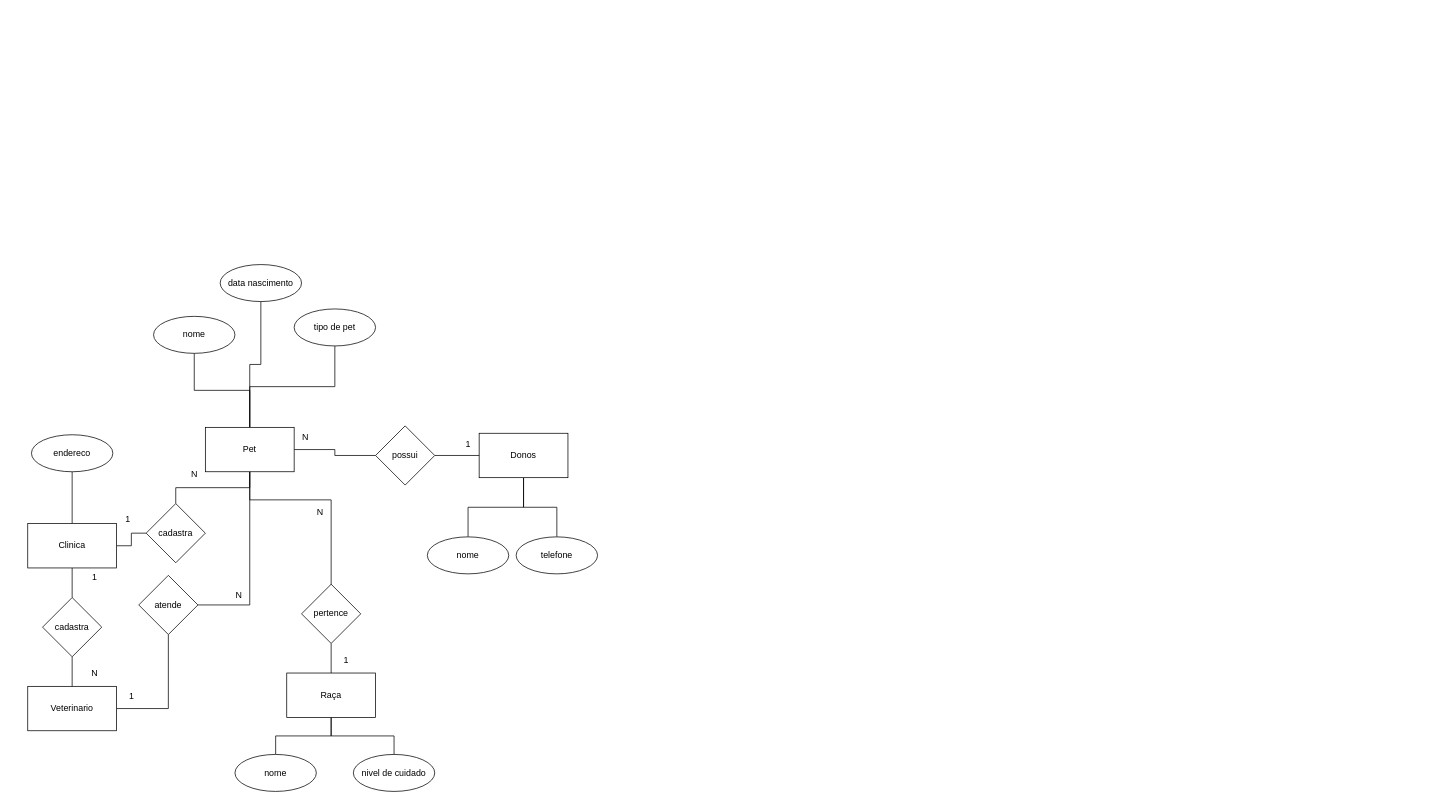
gsampaiowz/senai_sem2 keeps this draw.io diagram as page "03" (4 of 7) of ex.drawio. Above is the earlier version. Source tidied: cells renumbered, new cells numbered last; positions are measured from the earlier drawing's top-left corner, leaving out a move shared by most shapes. Both pictures are drawn from the tidied source at 74%, with x=0, y=0 at pixel (27, 264).
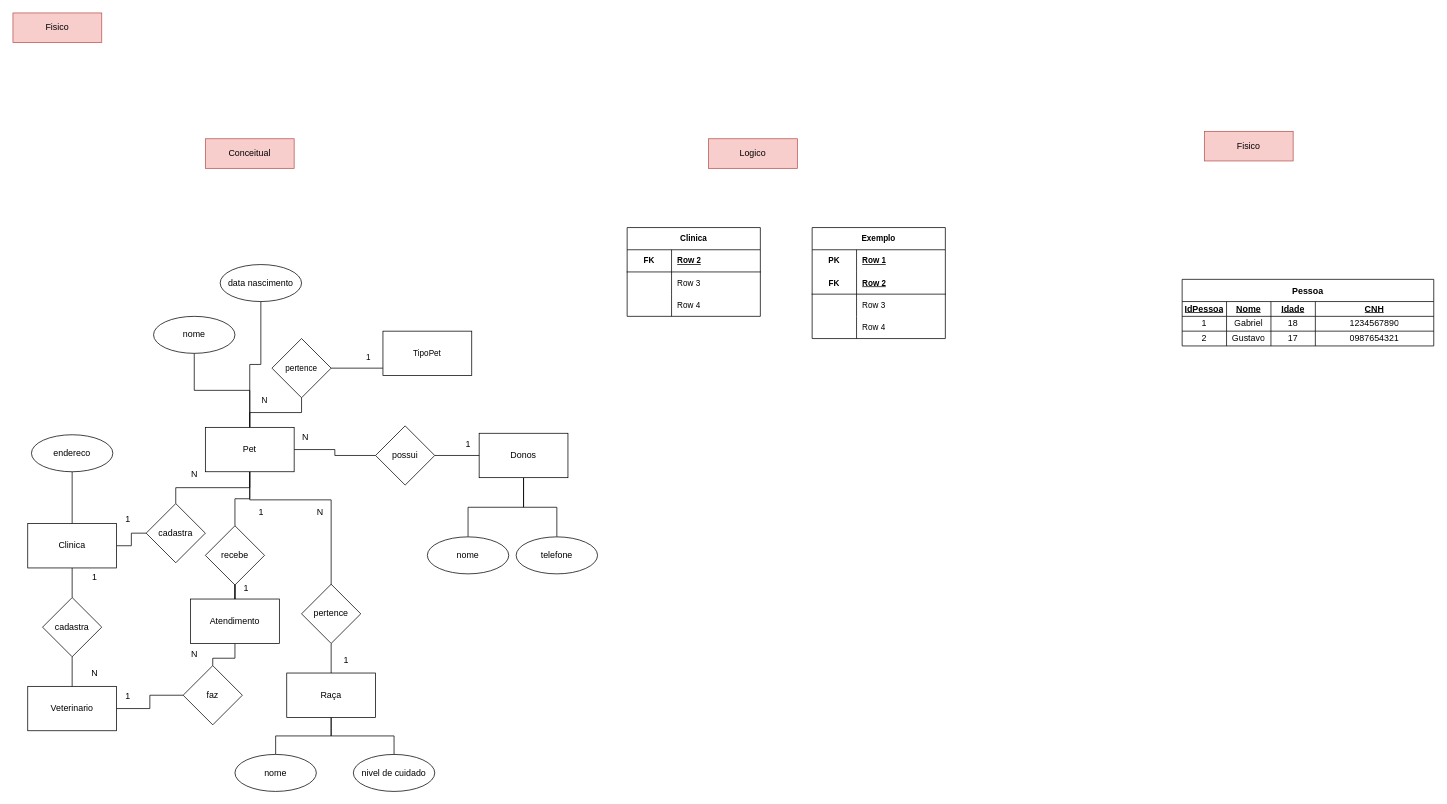
Above is the later version.

Unchanged cells that the change refers to:
```xml
<mxCell id="13" value="Pet" style="rounded=0;whiteSpace=wrap;html=1;" parent="1" vertex="1">
  <mxGeometry x="240" y="220" width="120" height="60" as="geometry" />
</mxCell>
<mxCell id="21" value="Veterinario" style="rounded=0;whiteSpace=wrap;html=1;" parent="1" vertex="1">
  <mxGeometry y="570" width="120" height="60" as="geometry" />
</mxCell>
```

The edit, as a diff of the source:
```diff
@@
-    <mxCell id="9" style="edgeStyle=orthogonalEdgeStyle;rounded=0;jettySize=auto;html=1;endArrow=none;endFill=0;" parent="1" edge="1" source="13" target="16">
-      <mxGeometry relative="1" as="geometry" />
+    <mxCell id="9" style="edgeStyle=orthogonalEdgeStyle;rounded=0;jettySize=auto;html=1;endArrow=none;endFill=0;" parent="1" edge="1" source="51" target="49">
+      <mxGeometry relative="1" as="geometry">
+        <Array as="points">
+          <mxPoint x="350" y="120" />
+        </Array>
+      </mxGeometry>
     </mxCell>
@@
-    <mxCell id="16" value="tipo de pet" style="ellipse;whiteSpace=wrap;html=1;" parent="1" vertex="1">
-      <mxGeometry x="360" y="60" width="110" height="50" as="geometry" />
-    </mxCell>
@@
-    <mxCell id="20" style="edgeStyle=orthogonalEdgeStyle;rounded=0;jettySize=auto;html=1;endArrow=none;endFill=0;" parent="1" edge="1" source="21" target="36">
-      <mxGeometry relative="1" as="geometry" />
-    </mxCell>
@@
+    <mxCell id="48" style="edgeStyle=orthogonalEdgeStyle;shape=connector;rounded=0;jettySize=auto;html=1;labelBackgroundColor=default;strokeColor=default;fontFamily=Helvetica;fontSize=11;fontColor=default;endArrow=none;endFill=0;" parent="1" edge="1" source="36" target="55">
+      <mxGeometry relative="1" as="geometry" />
+    </mxCell>
-    <mxCell id="36" value="atende" style="rhombus;whiteSpace=wrap;html=1;rounded=0;" parent="1" vertex="1">
-      <mxGeometry x="150" y="420" width="80" height="80" as="geometry" />
+    <mxCell id="36" value="recebe" style="rhombus;whiteSpace=wrap;html=1;rounded=0;" parent="1" vertex="1">
+      <mxGeometry x="240" y="353" width="80" height="80" as="geometry" />
     </mxCell>
@@
     <mxCell id="39" value="1" style="text;html=1;align=center;verticalAlign=middle;strokeColor=none;fillColor=none;" parent="1" vertex="1">
-      <mxGeometry x="125" y="568" width="30" height="30" as="geometry" />
+      <mxGeometry x="280" y="422" width="30" height="30" as="geometry" />
     </mxCell>
@@
-    <mxCell id="43" value="N" style="text;html=1;align=center;verticalAlign=middle;strokeColor=none;fillColor=none;" parent="1" vertex="1">
-      <mxGeometry x="270" y="432" width="30" height="30" as="geometry" />
+    <mxCell id="43" value="1" style="text;html=1;align=center;verticalAlign=middle;strokeColor=none;fillColor=none;" parent="1" vertex="1">
+      <mxGeometry x="300" y="320" width="30" height="30" as="geometry" />
     </mxCell>
@@
+    <mxCell id="49" value="TipoPet" style="rounded=0;whiteSpace=wrap;html=1;fontFamily=Helvetica;fontSize=11;fontColor=default;" parent="1" vertex="1">
+      <mxGeometry x="480" y="90" width="120" height="60" as="geometry" />
+    </mxCell>
+    <mxCell id="50" style="edgeStyle=orthogonalEdgeStyle;rounded=0;jettySize=auto;html=1;endArrow=none;endFill=0;" parent="1" edge="1" source="13" target="51">
+      <mxGeometry relative="1" as="geometry" />
+    </mxCell>
+    <mxCell id="51" value="pertence" style="rhombus;whiteSpace=wrap;html=1;fontFamily=Helvetica;fontSize=11;fontColor=default;" parent="1" vertex="1">
+      <mxGeometry x="330" y="100" width="80" height="80" as="geometry" />
+    </mxCell>
+    <mxCell id="52" value="N" style="text;html=1;align=center;verticalAlign=middle;strokeColor=none;fillColor=none;fontSize=11;fontFamily=Helvetica;fontColor=default;" parent="1" vertex="1">
+      <mxGeometry x="305" y="168" width="30" height="30" as="geometry" />
+    </mxCell>
+    <mxCell id="53" value="1" style="text;html=1;align=center;verticalAlign=middle;strokeColor=none;fillColor=none;fontSize=11;fontFamily=Helvetica;fontColor=default;" parent="1" vertex="1">
+      <mxGeometry x="445" y="110" width="30" height="30" as="geometry" />
+    </mxCell>
+    <mxCell id="54" style="edgeStyle=orthogonalEdgeStyle;shape=connector;rounded=0;jettySize=auto;html=1;labelBackgroundColor=default;strokeColor=default;fontFamily=Helvetica;fontSize=11;fontColor=default;endArrow=none;endFill=0;" parent="1" edge="1" source="55" target="57">
+      <mxGeometry relative="1" as="geometry" />
+    </mxCell>
+    <mxCell id="55" value="Atendimento" style="whiteSpace=wrap;html=1;rounded=0;" parent="1" vertex="1">
+      <mxGeometry x="220" y="452" width="120" height="60" as="geometry" />
+    </mxCell>
+    <mxCell id="56" style="edgeStyle=orthogonalEdgeStyle;shape=connector;rounded=0;jettySize=auto;html=1;labelBackgroundColor=default;strokeColor=default;fontFamily=Helvetica;fontSize=11;fontColor=default;endArrow=none;endFill=0;" parent="1" edge="1" source="57" target="21">
+      <mxGeometry relative="1" as="geometry" />
+    </mxCell>
+    <mxCell id="57" value="faz" style="rhombus;whiteSpace=wrap;html=1;rounded=0;" parent="1" vertex="1">
+      <mxGeometry x="210" y="542" width="80" height="80" as="geometry" />
+    </mxCell>
+    <mxCell id="58" value="1" style="text;html=1;align=center;verticalAlign=middle;strokeColor=none;fillColor=none;" parent="1" vertex="1">
+      <mxGeometry x="120" y="568" width="30" height="30" as="geometry" />
+    </mxCell>
+    <mxCell id="59" value="N" style="text;html=1;align=center;verticalAlign=middle;strokeColor=none;fillColor=none;" parent="1" vertex="1">
+      <mxGeometry x="210" y="512" width="30" height="30" as="geometry" />
+    </mxCell>
+    <mxCell id="60" value="Clinica" style="shape=table;startSize=30;childLayout=tableLayout;rowLines=0;fontStyle=1;align=center;html=1;whiteSpace=wrap;fontFamily=Helvetica;fontSize=11;fontColor=default;" parent="1" vertex="1">
+      <mxGeometry x="810" y="-50" width="180" height="120" as="geometry" />
+    </mxCell>
+    <mxCell id="61" style="shape=tableRow;horizontal=0;startSize=0;swimlaneHead=0;swimlaneBody=0;fillColor=none;top=0;left=0;right=0;bottom=1;html=1;fontFamily=Helvetica;fontSize=11;fontColor=default;" parent="60" vertex="1">
+      <mxGeometry y="30" width="180" height="30" as="geometry" />
+    </mxCell>
+    <mxCell id="62" value="FK" style="shape=partialRectangle;fillColor=none;top=0;left=0;bottom=0;right=0;fontStyle=1;overflow=hidden;html=1;whiteSpace=wrap;fontFamily=Helvetica;fontSize=11;fontColor=default;" parent="61" vertex="1">
+      <mxGeometry width="60" height="30" as="geometry" />
+    </mxCell>
+    <mxCell id="63" value="Row 2" style="shape=partialRectangle;fillColor=none;top=0;left=0;bottom=0;right=0;align=left;spacingLeft=6;fontStyle=5;overflow=hidden;html=1;whiteSpace=wrap;fontFamily=Helvetica;fontSize=11;fontColor=default;" parent="61" vertex="1">
+      <mxGeometry x="60" width="120" height="30" as="geometry" />
+    </mxCell>
+    <mxCell id="64" style="shape=tableRow;horizontal=0;startSize=0;swimlaneHead=0;swimlaneBody=0;fillColor=none;top=0;left=0;right=0;bottom=0;html=1;fontFamily=Helvetica;fontSize=11;fontColor=default;" parent="60" vertex="1">
+      <mxGeometry y="60" width="180" height="30" as="geometry" />
+    </mxCell>
+    <mxCell id="65" style="shape=partialRectangle;fillColor=none;top=0;left=0;bottom=0;right=0;overflow=hidden;html=1;whiteSpace=wrap;fontFamily=Helvetica;fontSize=11;fontColor=default;" parent="64" vertex="1">
+      <mxGeometry width="60" height="30" as="geometry" />
+    </mxCell>
+    <mxCell id="66" value="Row 3" style="shape=partialRectangle;fillColor=none;top=0;left=0;bottom=0;right=0;align=left;spacingLeft=6;overflow=hidden;html=1;whiteSpace=wrap;fontFamily=Helvetica;fontSize=11;fontColor=default;" parent="64" vertex="1">
+      <mxGeometry x="60" width="120" height="30" as="geometry" />
+    </mxCell>
+    <mxCell id="67" style="shape=tableRow;horizontal=0;startSize=0;swimlaneHead=0;swimlaneBody=0;fillColor=none;top=0;left=0;right=0;bottom=0;html=1;fontFamily=Helvetica;fontSize=11;fontColor=default;" parent="60" vertex="1">
+      <mxGeometry y="90" width="180" height="30" as="geometry" />
+    </mxCell>
+    <mxCell id="68" style="shape=partialRectangle;fillColor=none;top=0;left=0;bottom=0;right=0;overflow=hidden;html=1;whiteSpace=wrap;fontFamily=Helvetica;fontSize=11;fontColor=default;" parent="67" vertex="1">
+      <mxGeometry width="60" height="30" as="geometry" />
+    </mxCell>
+    <mxCell id="69" value="Row 4" style="shape=partialRectangle;fillColor=none;top=0;left=0;bottom=0;right=0;align=left;spacingLeft=6;overflow=hidden;html=1;whiteSpace=wrap;fontFamily=Helvetica;fontSize=11;fontColor=default;" parent="67" vertex="1">
+      <mxGeometry x="60" width="120" height="30" as="geometry" />
+    </mxCell>
+    <mxCell id="70" value="Pessoa" style="shape=table;startSize=30;childLayout=tableLayout;fontStyle=1;" parent="1" vertex="1">
+      <mxGeometry x="1560" y="20" width="340" height="90" as="geometry" />
+    </mxCell>
+    <mxCell id="71" style="shape=tableRow;horizontal=0;startSize=0;swimlaneHead=0;swimlaneBody=0;strokeColor=inherit;top=0;left=0;bottom=0;right=0;fillColor=none;" parent="70" vertex="1">
+      <mxGeometry y="30" width="340" height="20" as="geometry" />
+    </mxCell>
+    <mxCell id="72" value="IdPessoa" style="shape=partialRectangle;html=1;whiteSpace=wrap;strokeColor=inherit;overflow=hidden;fillColor=none;top=0;left=0;bottom=0;right=0;fontStyle=5;" parent="71" vertex="1">
+      <mxGeometry width="60" height="20" as="geometry" />
+    </mxCell>
+    <mxCell id="73" value="Nome" style="shape=partialRectangle;html=1;whiteSpace=wrap;strokeColor=inherit;overflow=hidden;fillColor=none;top=0;left=0;bottom=0;right=0;fontStyle=5;" parent="71" vertex="1">
+      <mxGeometry x="60" width="60" height="20" as="geometry" />
+    </mxCell>
+    <mxCell id="74" value="Idade" style="shape=partialRectangle;html=1;whiteSpace=wrap;strokeColor=inherit;overflow=hidden;fillColor=none;top=0;left=0;bottom=0;right=0;fontStyle=5;" parent="71" vertex="1">
+      <mxGeometry x="120" width="60" height="20" as="geometry" />
+    </mxCell>
+    <mxCell id="75" value="CNH" style="shape=partialRectangle;html=1;whiteSpace=wrap;strokeColor=inherit;overflow=hidden;fillColor=none;top=0;left=0;bottom=0;right=0;fontStyle=5;" parent="71" vertex="1">
+      <mxGeometry x="180" width="160" height="20" as="geometry" />
+    </mxCell>
+    <mxCell id="76" style="shape=tableRow;horizontal=0;startSize=0;swimlaneHead=0;swimlaneBody=0;strokeColor=inherit;top=0;left=0;bottom=0;right=0;fillColor=none;" parent="70" vertex="1">
+      <mxGeometry y="50" width="340" height="20" as="geometry" />
+    </mxCell>
+    <mxCell id="77" value="1" style="shape=partialRectangle;html=1;whiteSpace=wrap;strokeColor=inherit;overflow=hidden;fillColor=none;top=0;left=0;bottom=0;right=0;" parent="76" vertex="1">
+      <mxGeometry width="60" height="20" as="geometry" />
+    </mxCell>
+    <mxCell id="78" value="Gabriel" style="shape=partialRectangle;html=1;whiteSpace=wrap;strokeColor=inherit;overflow=hidden;fillColor=none;top=0;left=0;bottom=0;right=0;" parent="76" vertex="1">
+      <mxGeometry x="60" width="60" height="20" as="geometry" />
+    </mxCell>
+    <mxCell id="79" value="18" style="shape=partialRectangle;html=1;whiteSpace=wrap;strokeColor=inherit;overflow=hidden;fillColor=none;top=0;left=0;bottom=0;right=0;" parent="76" vertex="1">
+      <mxGeometry x="120" width="60" height="20" as="geometry" />
+    </mxCell>
+    <mxCell id="80" value="1234567890" style="shape=partialRectangle;html=1;whiteSpace=wrap;strokeColor=inherit;overflow=hidden;fillColor=none;top=0;left=0;bottom=0;right=0;" parent="76" vertex="1">
+      <mxGeometry x="180" width="160" height="20" as="geometry" />
+    </mxCell>
+    <mxCell id="81" style="shape=tableRow;horizontal=0;startSize=0;swimlaneHead=0;swimlaneBody=0;strokeColor=inherit;top=0;left=0;bottom=0;right=0;fillColor=none;" parent="70" vertex="1">
+      <mxGeometry y="70" width="340" height="20" as="geometry" />
+    </mxCell>
+    <mxCell id="82" value="2" style="shape=partialRectangle;html=1;whiteSpace=wrap;strokeColor=inherit;overflow=hidden;fillColor=none;top=0;left=0;bottom=0;right=0;" parent="81" vertex="1">
+      <mxGeometry width="60" height="20" as="geometry" />
+    </mxCell>
+    <mxCell id="83" value="Gustavo" style="shape=partialRectangle;html=1;whiteSpace=wrap;strokeColor=inherit;overflow=hidden;fillColor=none;top=0;left=0;bottom=0;right=0;" parent="81" vertex="1">
+      <mxGeometry x="60" width="60" height="20" as="geometry" />
+    </mxCell>
+    <mxCell id="84" value="17" style="shape=partialRectangle;html=1;whiteSpace=wrap;strokeColor=inherit;overflow=hidden;fillColor=none;top=0;left=0;bottom=0;right=0;" parent="81" vertex="1">
+      <mxGeometry x="120" width="60" height="20" as="geometry" />
+    </mxCell>
+    <mxCell id="85" value="0987654321" style="shape=partialRectangle;html=1;whiteSpace=wrap;strokeColor=inherit;overflow=hidden;fillColor=none;top=0;left=0;bottom=0;right=0;" parent="81" vertex="1">
+      <mxGeometry x="180" width="160" height="20" as="geometry" />
+    </mxCell>
+    <mxCell id="86" value="Fisico" style="whiteSpace=wrap;html=1;fillColor=#f8cecc;strokeColor=#b85450;" parent="1" vertex="1">
+      <mxGeometry x="1590" y="-180" width="120" height="40" as="geometry" />
+    </mxCell>
+    <mxCell id="87" value="Conceitual" style="whiteSpace=wrap;html=1;fillColor=#f8cecc;strokeColor=#b85450;" parent="1" vertex="1">
+      <mxGeometry x="240" y="-170" width="120" height="40" as="geometry" />
+    </mxCell>
+    <mxCell id="88" value="Fisico" style="whiteSpace=wrap;html=1;fillColor=#f8cecc;strokeColor=#b85450;" parent="1" vertex="1">
+      <mxGeometry x="-20" y="-340" width="120" height="40" as="geometry" />
+    </mxCell>
+    <mxCell id="89" value="Logico" style="whiteSpace=wrap;html=1;fillColor=#f8cecc;strokeColor=#b85450;" parent="1" vertex="1">
+      <mxGeometry x="920" y="-170" width="120" height="40" as="geometry" />
+    </mxCell>
+    <mxCell id="90" value="Exemplo" style="shape=table;startSize=30;childLayout=tableLayout;rowLines=0;fontStyle=1;align=center;html=1;whiteSpace=wrap;fontFamily=Helvetica;fontSize=11;fontColor=default;" parent="1" vertex="1">
+      <mxGeometry x="1060" y="-50" width="180" height="150" as="geometry" />
+    </mxCell>
+    <mxCell id="91" style="shape=tableRow;horizontal=0;startSize=0;swimlaneHead=0;swimlaneBody=0;fillColor=none;top=0;left=0;right=0;bottom=0;html=1;fontFamily=Helvetica;fontSize=11;fontColor=default;" parent="90" vertex="1">
+      <mxGeometry y="30" width="180" height="30" as="geometry" />
+    </mxCell>
+    <mxCell id="92" value="PK" style="shape=partialRectangle;fillColor=none;top=0;left=0;bottom=0;right=0;fontStyle=1;overflow=hidden;html=1;whiteSpace=wrap;fontFamily=Helvetica;fontSize=11;fontColor=default;" parent="91" vertex="1">
+      <mxGeometry width="60" height="30" as="geometry" />
+    </mxCell>
+    <mxCell id="93" value="Row 1" style="shape=partialRectangle;fillColor=none;top=0;left=0;bottom=0;right=0;align=left;spacingLeft=6;fontStyle=5;overflow=hidden;html=1;whiteSpace=wrap;fontFamily=Helvetica;fontSize=11;fontColor=default;" parent="91" vertex="1">
+      <mxGeometry x="60" width="120" height="30" as="geometry" />
+    </mxCell>
+    <mxCell id="94" style="shape=tableRow;horizontal=0;startSize=0;swimlaneHead=0;swimlaneBody=0;fillColor=none;top=0;left=0;right=0;bottom=1;html=1;fontFamily=Helvetica;fontSize=11;fontColor=default;" parent="90" vertex="1">
+      <mxGeometry y="60" width="180" height="30" as="geometry" />
+    </mxCell>
+    <mxCell id="95" value="FK" style="shape=partialRectangle;fillColor=none;top=0;left=0;bottom=0;right=0;fontStyle=1;overflow=hidden;html=1;whiteSpace=wrap;fontFamily=Helvetica;fontSize=11;fontColor=default;" parent="94" vertex="1">
+      <mxGeometry width="60" height="30" as="geometry" />
+    </mxCell>
+    <mxCell id="96" value="Row 2" style="shape=partialRectangle;fillColor=none;top=0;left=0;bottom=0;right=0;align=left;spacingLeft=6;fontStyle=5;overflow=hidden;html=1;whiteSpace=wrap;fontFamily=Helvetica;fontSize=11;fontColor=default;" parent="94" vertex="1">
+      <mxGeometry x="60" width="120" height="30" as="geometry" />
+    </mxCell>
+    <mxCell id="97" style="shape=tableRow;horizontal=0;startSize=0;swimlaneHead=0;swimlaneBody=0;fillColor=none;top=0;left=0;right=0;bottom=0;html=1;fontFamily=Helvetica;fontSize=11;fontColor=default;" parent="90" vertex="1">
+      <mxGeometry y="90" width="180" height="30" as="geometry" />
+    </mxCell>
+    <mxCell id="98" style="shape=partialRectangle;fillColor=none;top=0;left=0;bottom=0;right=0;overflow=hidden;html=1;whiteSpace=wrap;fontFamily=Helvetica;fontSize=11;fontColor=default;" parent="97" vertex="1">
+      <mxGeometry width="60" height="30" as="geometry" />
+    </mxCell>
+    <mxCell id="99" value="Row 3" style="shape=partialRectangle;fillColor=none;top=0;left=0;bottom=0;right=0;align=left;spacingLeft=6;overflow=hidden;html=1;whiteSpace=wrap;fontFamily=Helvetica;fontSize=11;fontColor=default;" parent="97" vertex="1">
+      <mxGeometry x="60" width="120" height="30" as="geometry" />
+    </mxCell>
+    <mxCell id="100" style="shape=tableRow;horizontal=0;startSize=0;swimlaneHead=0;swimlaneBody=0;fillColor=none;top=0;left=0;right=0;bottom=0;html=1;fontFamily=Helvetica;fontSize=11;fontColor=default;" parent="90" vertex="1">
+      <mxGeometry y="120" width="180" height="30" as="geometry" />
+    </mxCell>
+    <mxCell id="101" style="shape=partialRectangle;fillColor=none;top=0;left=0;bottom=0;right=0;overflow=hidden;html=1;whiteSpace=wrap;fontFamily=Helvetica;fontSize=11;fontColor=default;" parent="100" vertex="1">
+      <mxGeometry width="60" height="30" as="geometry" />
+    </mxCell>
+    <mxCell id="102" value="Row 4" style="shape=partialRectangle;fillColor=none;top=0;left=0;bottom=0;right=0;align=left;spacingLeft=6;overflow=hidden;html=1;whiteSpace=wrap;fontFamily=Helvetica;fontSize=11;fontColor=default;" parent="100" vertex="1">
+      <mxGeometry x="60" width="120" height="30" as="geometry" />
+    </mxCell>
```
